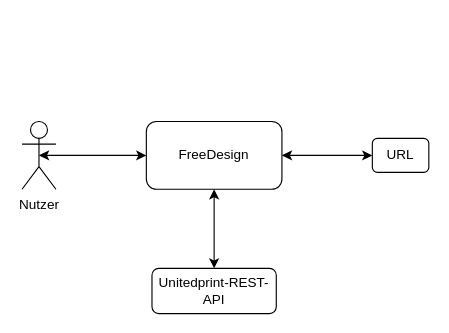
This is Arbeit/diagrams/Freedesign_Interaktion.drawio from albreax/Diplomarbeit, a draw.io file, before an edit. Source tidied: cells renumbered, new cells numbered last; positions are measured from the earlier drawing's top-left corner, leaving out a move shared by most shapes. Both pictures are drawn from the tidied source at 113%, with x=0, y=0 at pixel (21, 121).
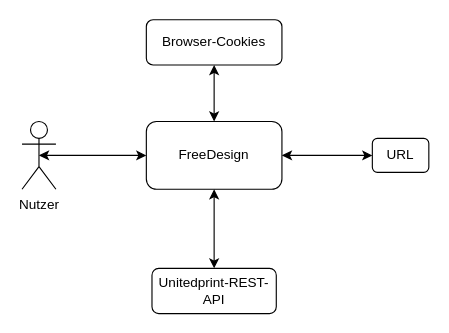
Above is the later version.

What changed in the source:
```diff
@@
 <mxGraphModel background="#ffffff">
   <root>
     <mxCell id="0" />
     <mxCell id="1" parent="0" />
     <mxCell id="2" value="FreeDesign" style="rounded=1;whiteSpace=wrap;html=1;" parent="1" vertex="1">
       <mxGeometry x="110" width="120" height="60" as="geometry" />
     </mxCell>
     <mxCell id="3" value="Unitedprint-REST-API" style="rounded=1;whiteSpace=wrap;html=1;" parent="1" vertex="1">
       <mxGeometry x="115" y="130" width="110" height="40" as="geometry" />
     </mxCell>
     <mxCell id="4" style="endArrow=classic;startArrow=classic;html=1;entryX=0.5;entryY=1;entryDx=0;entryDy=0;exitX=0.5;exitY=0;exitDx=0;exitDy=0;" parent="1" edge="1" source="3" target="2">
       <mxGeometry relative="1" as="geometry" />
     </mxCell>
     <mxCell id="5" value="Nutzer" style="shape=umlActor;verticalLabelPosition=bottom;verticalAlign=top;html=1;outlineConnect=0;" parent="1" vertex="1">
       <mxGeometry width="30" height="60" as="geometry" />
     </mxCell>
     <mxCell id="6" style="endArrow=classic;startArrow=classic;html=1;entryX=0;entryY=0.5;entryDx=0;entryDy=0;exitX=0.5;exitY=0.5;exitDx=0;exitDy=0;exitPerimeter=0;" parent="1" edge="1" source="5" target="2">
       <mxGeometry relative="1" as="geometry" />
     </mxCell>
     <mxCell id="7" style="endArrow=classic;startArrow=classic;html=1;exitX=1;exitY=0.5;exitDx=0;exitDy=0;" parent="1" edge="1" source="2" target="8">
       <mxGeometry relative="1" as="geometry" />
     </mxCell>
     <mxCell id="8" value="URL" style="rounded=1;whiteSpace=wrap;html=1;" parent="1" vertex="1">
       <mxGeometry x="310" y="15" width="50" height="30" as="geometry" />
     </mxCell>
+    <mxCell id="9" value="Browser-Cookies" style="rounded=1;whiteSpace=wrap;html=1;" parent="1" vertex="1">
+      <mxGeometry x="110" y="-90" width="120" height="40" as="geometry" />
+    </mxCell>
+    <mxCell id="10" style="endArrow=classic;startArrow=classic;html=1;entryX=0.5;entryY=1;entryDx=0;entryDy=0;exitX=0.5;exitY=0;exitDx=0;exitDy=0;" parent="1" edge="1" source="2" target="9">
+      <mxGeometry relative="1" as="geometry" />
+    </mxCell>
   </root>
 </mxGraphModel>
```
